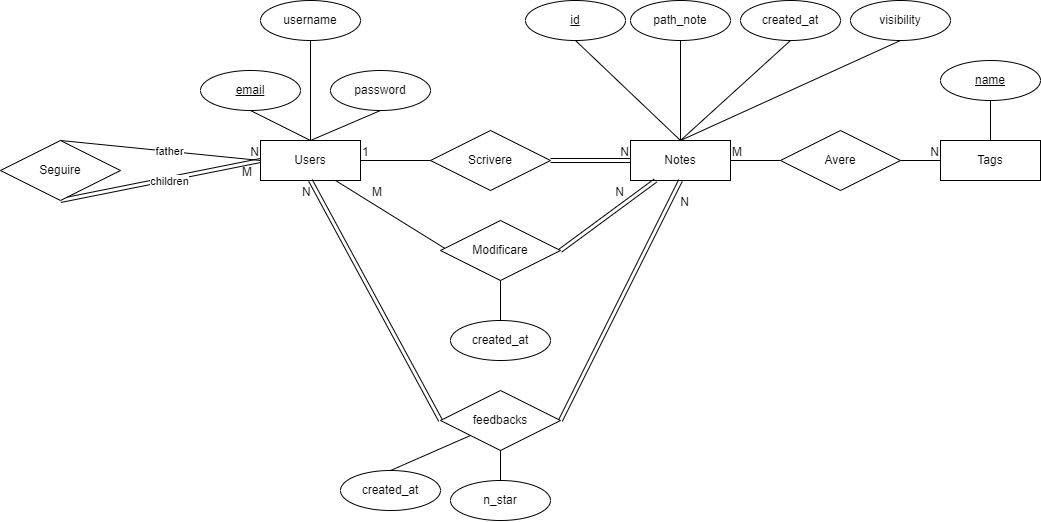
The draw.io diagram assets/schemas/ER/SchemaER.drawio.png in AngeloRipamonti/5C_RipamontiAvvedutoKotisCinquetti_PortaleAppunti, before a commit. Source tidied: cells renumbered, new cells last; positions are measured from the earlier drawing's top-left corner, leaving out a move shared by most shapes.
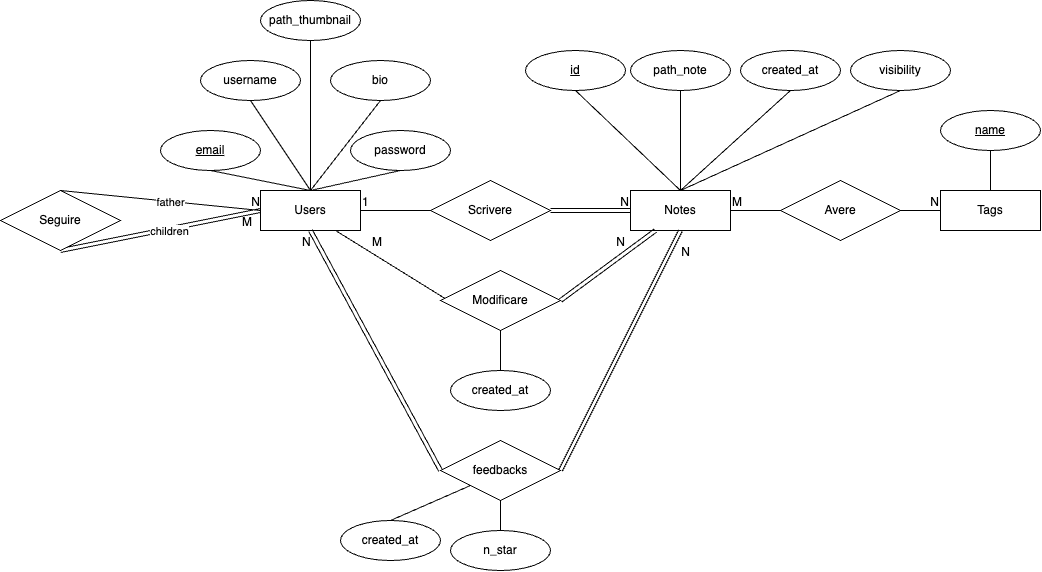
The same diagram one commit later.

What changed in the source:
```diff
@@ -6,13 +6,13 @@
       <mxGeometry x="260" y="140" width="100" height="40" as="geometry" />
     </mxCell>
     <mxCell id="3" value="email" style="ellipse;whiteSpace=wrap;html=1;align=center;fontStyle=4;" parent="1" vertex="1">
-      <mxGeometry x="200" y="70" width="100" height="40" as="geometry" />
+      <mxGeometry x="160" y="80" width="100" height="40" as="geometry" />
     </mxCell>
     <mxCell id="4" value="password" style="ellipse;whiteSpace=wrap;html=1;align=center;" parent="1" vertex="1">
-      <mxGeometry x="330" y="70" width="100" height="40" as="geometry" />
+      <mxGeometry x="350" y="80" width="100" height="40" as="geometry" />
     </mxCell>
     <mxCell id="5" value="username" style="ellipse;whiteSpace=wrap;html=1;align=center;" parent="1" vertex="1">
-      <mxGeometry x="260" width="100" height="40" as="geometry" />
+      <mxGeometry x="200" y="10" width="100" height="40" as="geometry" />
     </mxCell>
     <mxCell id="6" style="endArrow=none;html=1;rounded=0;exitX=0.5;exitY=1;exitDx=0;exitDy=0;entryX=0.5;entryY=0;entryDx=0;entryDy=0;" parent="1" edge="1" source="3" target="2">
       <mxGeometry relative="1" as="geometry" />
@@ -170,5 +170,17 @@
     <mxCell id="53" style="endArrow=none;html=1;rounded=0;exitX=0.5;exitY=1;exitDx=0;exitDy=0;entryX=0.5;entryY=0;entryDx=0;entryDy=0;" parent="1" edge="1" source="51" target="52">
       <mxGeometry relative="1" as="geometry" />
     </mxCell>
+    <mxCell id="54" value="bio" style="ellipse;whiteSpace=wrap;html=1;align=center;" parent="1" vertex="1">
+      <mxGeometry x="330" y="10" width="100" height="40" as="geometry" />
+    </mxCell>
+    <mxCell id="55" style="endArrow=none;html=1;rounded=0;exitX=0.5;exitY=1;exitDx=0;exitDy=0;entryX=0.5;entryY=0;entryDx=0;entryDy=0;" parent="1" edge="1" source="54" target="2">
+      <mxGeometry relative="1" as="geometry" />
+    </mxCell>
+    <mxCell id="56" value="path_thumbnail" style="ellipse;whiteSpace=wrap;html=1;align=center;" parent="1" vertex="1">
+      <mxGeometry x="260" y="-50" width="100" height="40" as="geometry" />
+    </mxCell>
+    <mxCell id="57" style="endArrow=none;html=1;rounded=0;exitX=0.5;exitY=1;exitDx=0;exitDy=0;entryX=0.5;entryY=0;entryDx=0;entryDy=0;" parent="1" edge="1" source="56" target="2">
+      <mxGeometry relative="1" as="geometry" />
+    </mxCell>
   </root>
 </mxGraphModel>
```
